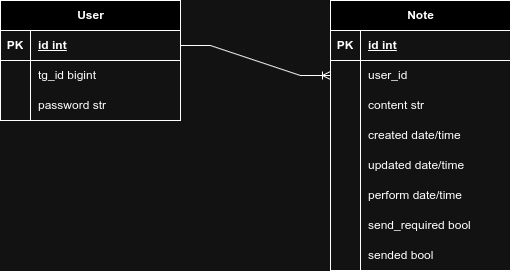
Before: src/models/calendar/calendar.drawio.png, a diagram exported from draw.io (kirillsev1/FastNotifications). Source tidied: cells renumbered, new cells last; positions are measured from the earlier drawing's top-left corner, leaving out a move shared by most shapes.
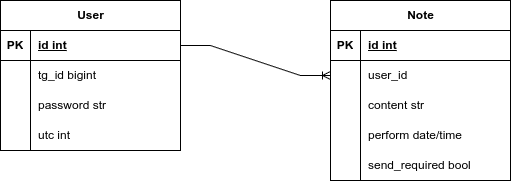
The same diagram one commit later.

Change to the diagram source:
```diff
@@ -3,7 +3,7 @@
     <mxCell id="0" />
     <mxCell id="1" parent="0" />
     <mxCell id="2" value="User" style="shape=table;startSize=30;rowLines=0;fontStyle=1;align=center;html=1;" parent="1" vertex="1">
-      <mxGeometry width="180" height="120" as="geometry" />
+      <mxGeometry width="180" height="150" as="geometry" />
     </mxCell>
     <mxCell id="3" style="shape=tableRow;horizontal=0;startSize=0;swimlaneHead=0;swimlaneBody=0;fillColor=none;points=[[0,0.5],[1,0.5]];portConstraint=eastwest;top=0;left=0;right=0;bottom=1;" parent="2" vertex="1">
       <mxGeometry y="30" width="180" height="30" as="geometry" />
@@ -32,8 +32,17 @@
     <mxCell id="11" value="password str" style="shape=partialRectangle;fillColor=none;top=0;left=0;bottom=0;right=0;align=left;spacingLeft=6;overflow=hidden;whiteSpace=wrap;html=1;" parent="9" vertex="1">
       <mxGeometry x="30" width="150" height="30" as="geometry" />
     </mxCell>
+    <mxCell id="22" style="shape=tableRow;horizontal=0;startSize=0;swimlaneHead=0;swimlaneBody=0;fillColor=none;top=0;left=0;right=0;bottom=0;" parent="2" vertex="1">
+      <mxGeometry y="120" width="180" height="30" as="geometry" />
+    </mxCell>
+    <mxCell id="38" style="shape=partialRectangle;fillColor=none;top=0;left=0;bottom=0;right=0;overflow=hidden;whiteSpace=wrap;html=1;" parent="22" vertex="1">
+      <mxGeometry width="30" height="30" as="geometry" />
+    </mxCell>
+    <mxCell id="39" value="utc int" style="shape=partialRectangle;fillColor=none;top=0;left=0;bottom=0;right=0;align=left;spacingLeft=6;overflow=hidden;whiteSpace=wrap;html=1;" parent="22" vertex="1">
+      <mxGeometry x="30" width="150" height="30" as="geometry" />
+    </mxCell>
     <mxCell id="12" value="Note" style="shape=table;startSize=30;rowLines=0;fontStyle=1;align=center;html=1;" parent="1" vertex="1">
-      <mxGeometry x="330" width="180" height="270" as="geometry" />
+      <mxGeometry x="330" width="180" height="180" as="geometry" />
     </mxCell>
     <mxCell id="13" style="shape=tableRow;horizontal=0;startSize=0;swimlaneHead=0;swimlaneBody=0;fillColor=none;top=0;left=0;right=0;bottom=1;" parent="12" vertex="1">
       <mxGeometry y="30" width="180" height="30" as="geometry" />
@@ -62,26 +71,8 @@
     <mxCell id="21" value="content str" style="shape=partialRectangle;fillColor=none;top=0;left=0;bottom=0;right=0;align=left;spacingLeft=6;overflow=hidden;whiteSpace=wrap;html=1;" parent="19" vertex="1">
       <mxGeometry x="30" width="150" height="30" as="geometry" />
     </mxCell>
-    <mxCell id="22" style="shape=tableRow;horizontal=0;startSize=0;swimlaneHead=0;swimlaneBody=0;fillColor=none;top=0;left=0;right=0;bottom=0;" parent="12" vertex="1">
-      <mxGeometry y="120" width="180" height="30" as="geometry" />
-    </mxCell>
-    <mxCell id="23" style="shape=partialRectangle;fillColor=none;top=0;left=0;bottom=0;right=0;overflow=hidden;whiteSpace=wrap;html=1;" parent="22" vertex="1">
-      <mxGeometry width="30" height="30" as="geometry" />
-    </mxCell>
-    <mxCell id="24" value="created date/time" style="shape=partialRectangle;fillColor=none;top=0;left=0;bottom=0;right=0;align=left;spacingLeft=6;overflow=hidden;whiteSpace=wrap;html=1;" parent="22" vertex="1">
-      <mxGeometry x="30" width="150" height="30" as="geometry" />
-    </mxCell>
-    <mxCell id="25" style="shape=tableRow;horizontal=0;startSize=0;swimlaneHead=0;swimlaneBody=0;fillColor=none;top=0;left=0;right=0;bottom=0;" parent="12" vertex="1">
-      <mxGeometry y="150" width="180" height="30" as="geometry" />
-    </mxCell>
-    <mxCell id="26" style="shape=partialRectangle;fillColor=none;top=0;left=0;bottom=0;right=0;overflow=hidden;whiteSpace=wrap;html=1;" parent="25" vertex="1">
-      <mxGeometry width="30" height="30" as="geometry" />
-    </mxCell>
-    <mxCell id="27" value="updated date/time" style="shape=partialRectangle;fillColor=none;top=0;left=0;bottom=0;right=0;align=left;spacingLeft=6;overflow=hidden;whiteSpace=wrap;html=1;" parent="25" vertex="1">
-      <mxGeometry x="30" width="150" height="30" as="geometry" />
-    </mxCell>
     <mxCell id="28" style="shape=tableRow;horizontal=0;startSize=0;swimlaneHead=0;swimlaneBody=0;fillColor=none;top=0;left=0;right=0;bottom=0;" parent="12" vertex="1">
-      <mxGeometry y="180" width="180" height="30" as="geometry" />
+      <mxGeometry y="120" width="180" height="30" as="geometry" />
     </mxCell>
     <mxCell id="29" style="shape=partialRectangle;fillColor=none;top=0;left=0;bottom=0;right=0;overflow=hidden;whiteSpace=wrap;html=1;" parent="28" vertex="1">
       <mxGeometry width="30" height="30" as="geometry" />
@@ -90,7 +81,7 @@
       <mxGeometry x="30" width="150" height="30" as="geometry" />
     </mxCell>
     <mxCell id="31" style="shape=tableRow;horizontal=0;startSize=0;swimlaneHead=0;swimlaneBody=0;fillColor=none;top=0;left=0;right=0;bottom=0;" parent="12" vertex="1">
-      <mxGeometry y="210" width="180" height="30" as="geometry" />
+      <mxGeometry y="150" width="180" height="30" as="geometry" />
     </mxCell>
     <mxCell id="32" style="shape=partialRectangle;fillColor=none;top=0;left=0;bottom=0;right=0;overflow=hidden;whiteSpace=wrap;html=1;" parent="31" vertex="1">
       <mxGeometry width="30" height="30" as="geometry" />
@@ -98,15 +89,6 @@
     <mxCell id="33" value="send_required bool" style="shape=partialRectangle;fillColor=none;top=0;left=0;bottom=0;right=0;align=left;spacingLeft=6;overflow=hidden;whiteSpace=wrap;html=1;" parent="31" vertex="1">
       <mxGeometry x="30" width="150" height="30" as="geometry" />
     </mxCell>
-    <mxCell id="34" style="shape=tableRow;horizontal=0;startSize=0;swimlaneHead=0;swimlaneBody=0;fillColor=none;top=0;left=0;right=0;bottom=0;" parent="12" vertex="1">
-      <mxGeometry y="240" width="180" height="30" as="geometry" />
-    </mxCell>
-    <mxCell id="35" style="shape=partialRectangle;fillColor=none;top=0;left=0;bottom=0;right=0;overflow=hidden;whiteSpace=wrap;html=1;" parent="34" vertex="1">
-      <mxGeometry width="30" height="30" as="geometry" />
-    </mxCell>
-    <mxCell id="36" value="sended bool" style="shape=partialRectangle;fillColor=none;top=0;left=0;bottom=0;right=0;align=left;spacingLeft=6;overflow=hidden;whiteSpace=wrap;html=1;" parent="34" vertex="1">
-      <mxGeometry x="30" width="150" height="30" as="geometry" />
-    </mxCell>
     <mxCell id="37" style="edgeStyle=entityRelationEdgeStyle;fontSize=12;html=1;endArrow=ERoneToMany;rounded=0;" parent="1" edge="1" source="3" target="16">
       <mxGeometry relative="1" as="geometry" />
     </mxCell>
```
